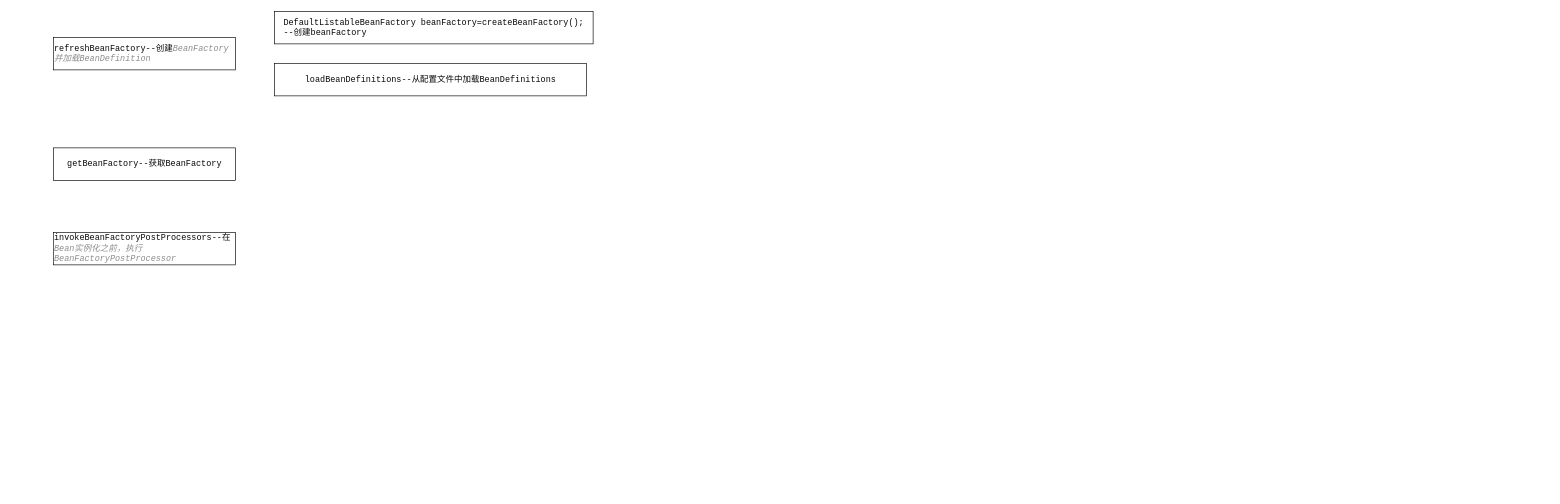
This is spring生命周期.drawio from chenxiaochuan72/draw, a draw.io file, before an edit. Source tidied: cells renumbered, new cells numbered last; positions are measured from the earlier drawing's top-left corner, leaving out a move shared by most shapes. Both pictures are drawn from the tidied source at 65%, with x=0, y=0 at pixel (53, 11).
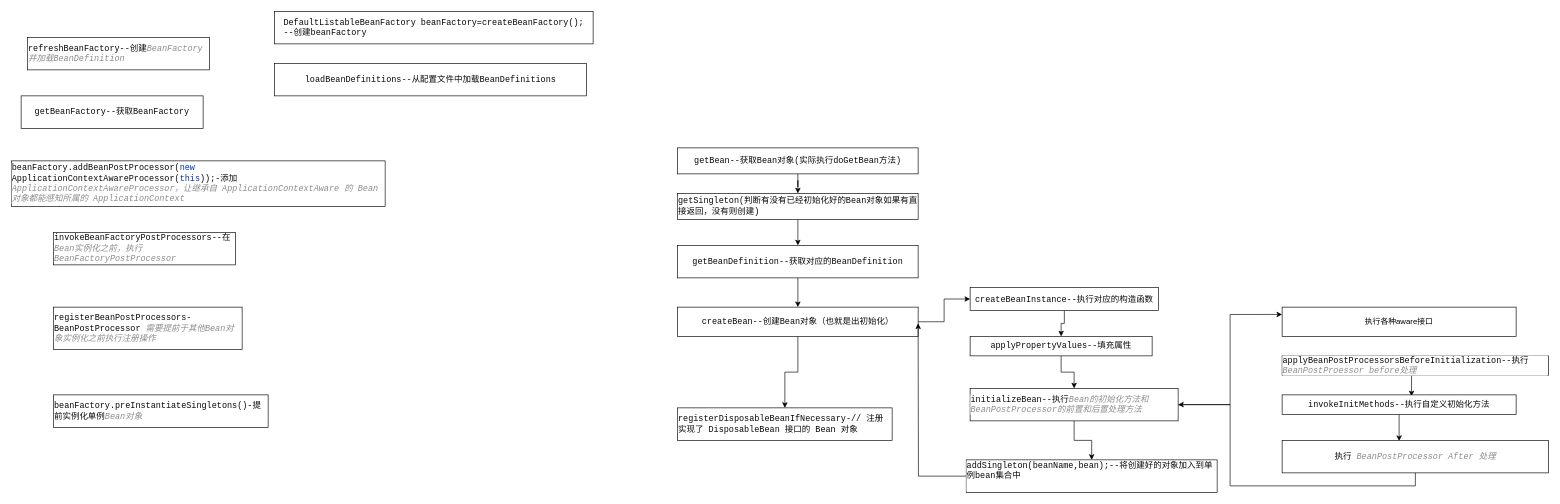
Above is the later version.

Commit message:
更新spring生命周期.drawio

Diff of the diagram source:
```diff
@@
     <mxCell id="2" value="&lt;div style=&quot;text-align: start; background-color: rgb(255, 255, 255); color: rgb(8, 8, 8); font-family: &amp;quot;JetBrains Mono&amp;quot;, monospace; font-size: 9.8pt;&quot;&gt;refreshBeanFactory--创建&lt;span style=&quot;font-size: 9.8pt; color: rgb(140, 140, 140); font-style: italic;&quot;&gt;BeanFactory &lt;/span&gt;&lt;span style=&quot;font-family: Menlo-Regular, monospace; font-size: 9.8pt; color: rgb(140, 140, 140); font-style: italic;&quot;&gt;并加载&lt;/span&gt;&lt;span style=&quot;font-size: 9.8pt; color: rgb(140, 140, 140); font-style: italic;&quot;&gt;BeanDefinition&lt;/span&gt;&lt;/div&gt;" style="rounded=0;whiteSpace=wrap;html=1;" parent="1" vertex="1">
-      <mxGeometry y="40" width="280" height="50" as="geometry" />
+      <mxGeometry x="-40" y="40" width="280" height="50" as="geometry" />
     </mxCell>
@@
     <mxCell id="5" value="&lt;div style=&quot;text-align: start; background-color: rgb(255, 255, 255); color: rgb(8, 8, 8); font-family: &amp;quot;JetBrains Mono&amp;quot;, monospace; font-size: 9.8pt;&quot;&gt;getBeanFactory--获取BeanFactory&lt;/div&gt;" style="rounded=0;whiteSpace=wrap;html=1;" parent="1" vertex="1">
-      <mxGeometry y="210" width="280" height="50" as="geometry" />
+      <mxGeometry x="-50" y="130" width="280" height="50" as="geometry" />
     </mxCell>
@@
+    <mxCell id="7" value="&lt;div style=&quot;text-align: start; background-color: rgb(255, 255, 255); color: rgb(8, 8, 8); font-family: &amp;quot;JetBrains Mono&amp;quot;, monospace; font-size: 9.8pt;&quot;&gt;registerBeanPostProcessors-BeanPostProcessor &lt;span style=&quot;font-size: 9.8pt; color: rgb(140, 140, 140); font-style: italic; font-family: Menlo-Regular, monospace;&quot;&gt;需要提前于其他&lt;/span&gt;&lt;span style=&quot;font-size: 9.8pt; color: rgb(140, 140, 140); font-style: italic;&quot;&gt;Bean&lt;/span&gt;&lt;span style=&quot;font-size: 9.8pt; color: rgb(140, 140, 140); font-style: italic; font-family: Menlo-Regular, monospace;&quot;&gt;对象实例化之前执行注册操作&lt;/span&gt;&lt;/div&gt;" style="rounded=0;whiteSpace=wrap;html=1;" parent="1" vertex="1">
+      <mxGeometry y="455" width="290" height="65" as="geometry" />
+    </mxCell>
+    <mxCell id="8" value="&lt;div style=&quot;text-align: start; background-color: rgb(255, 255, 255); color: rgb(8, 8, 8); font-family: &amp;quot;JetBrains Mono&amp;quot;, monospace; font-size: 9.8pt;&quot;&gt;beanFactory.preInstantiateSingletons()-提前实例化单例&lt;span style=&quot;font-size: 9.8pt; color: rgb(140, 140, 140); font-style: italic;&quot;&gt;Bean&lt;/span&gt;&lt;span style=&quot;font-family: Menlo-Regular, monospace; font-size: 9.8pt; color: rgb(140, 140, 140); font-style: italic;&quot;&gt;对象&lt;/span&gt;&lt;/div&gt;" style="rounded=0;whiteSpace=wrap;html=1;" parent="1" vertex="1">
+      <mxGeometry y="590" width="330" height="50" as="geometry" />
+    </mxCell>
+    <mxCell id="9" style="edgeStyle=orthogonalEdgeStyle;rounded=0;jettySize=auto;html=1;exitX=0.5;exitY=1;exitDx=0;exitDy=0;" parent="1" edge="1" source="10" target="12">
+      <mxGeometry relative="1" as="geometry" />
+    </mxCell>
+    <mxCell id="10" value="&lt;div style=&quot;text-align: start; background-color: rgb(255, 255, 255); color: rgb(8, 8, 8); font-family: &amp;quot;JetBrains Mono&amp;quot;, monospace; font-size: 9.8pt;&quot;&gt;getBean--获取Bean对象(实际执行doGetBean方法&lt;span style=&quot;font-size: 9.8pt;&quot;&gt;)&lt;/span&gt;&lt;/div&gt;" style="rounded=0;whiteSpace=wrap;html=1;" parent="1" vertex="1">
+      <mxGeometry x="960" y="210" width="370" height="40" as="geometry" />
+    </mxCell>
+    <mxCell id="11" style="edgeStyle=orthogonalEdgeStyle;rounded=0;jettySize=auto;html=1;exitX=0.5;exitY=1;exitDx=0;exitDy=0;" parent="1" edge="1" source="12" target="14">
+      <mxGeometry relative="1" as="geometry" />
+    </mxCell>
+    <mxCell id="12" value="&lt;div style=&quot;text-align: start; background-color: rgb(255, 255, 255); color: rgb(8, 8, 8); font-family: &amp;quot;JetBrains Mono&amp;quot;, monospace; font-size: 9.8pt;&quot;&gt;getSingleton(判断有没有已经初始化好的Bean对象如果有直接返回，没有则创建)&lt;/div&gt;" style="rounded=0;whiteSpace=wrap;html=1;" parent="1" vertex="1">
+      <mxGeometry x="960" y="280" width="370" height="40" as="geometry" />
+    </mxCell>
+    <mxCell id="13" style="edgeStyle=orthogonalEdgeStyle;rounded=0;jettySize=auto;html=1;exitX=0.5;exitY=1;exitDx=0;exitDy=0;entryX=0.5;entryY=0;entryDx=0;entryDy=0;" parent="1" edge="1" source="14" target="17">
+      <mxGeometry relative="1" as="geometry" />
+    </mxCell>
+    <mxCell id="14" value="&lt;div style=&quot;text-align: start; background-color: rgb(255, 255, 255); color: rgb(8, 8, 8); font-family: &amp;quot;JetBrains Mono&amp;quot;, monospace; font-size: 9.8pt;&quot;&gt;getBeanDefinition--获取对应的BeanDefinition&lt;/div&gt;" style="rounded=0;whiteSpace=wrap;html=1;" parent="1" vertex="1">
+      <mxGeometry x="960" y="360" width="370" height="50" as="geometry" />
+    </mxCell>
+    <mxCell id="15" style="edgeStyle=orthogonalEdgeStyle;rounded=0;jettySize=auto;html=1;exitX=0.5;exitY=1;exitDx=0;exitDy=0;" parent="1" edge="1" source="17" target="33">
+      <mxGeometry relative="1" as="geometry" />
+    </mxCell>
+    <mxCell id="16" style="edgeStyle=orthogonalEdgeStyle;rounded=0;jettySize=auto;html=1;exitX=1;exitY=0.5;exitDx=0;exitDy=0;entryX=0;entryY=0.5;entryDx=0;entryDy=0;" parent="1" edge="1" source="17" target="19">
+      <mxGeometry relative="1" as="geometry" />
+    </mxCell>
+    <mxCell id="17" value="&lt;div style=&quot;text-align: start; background-color: rgb(255, 255, 255); color: rgb(8, 8, 8); font-family: &amp;quot;JetBrains Mono&amp;quot;, monospace; font-size: 9.8pt;&quot;&gt;createBean--创建Bean对象（也就是出初始化）&lt;/div&gt;" style="rounded=0;whiteSpace=wrap;html=1;" parent="1" vertex="1">
+      <mxGeometry x="960" y="455" width="370" height="45" as="geometry" />
+    </mxCell>
+    <mxCell id="18" style="edgeStyle=orthogonalEdgeStyle;rounded=0;jettySize=auto;html=1;exitX=0.5;exitY=1;exitDx=0;exitDy=0;entryX=0.5;entryY=0;entryDx=0;entryDy=0;" parent="1" edge="1" source="19" target="21">
+      <mxGeometry relative="1" as="geometry" />
+    </mxCell>
+    <mxCell id="19" value="&lt;div style=&quot;text-align: start; background-color: rgb(255, 255, 255); color: rgb(8, 8, 8); font-family: &amp;quot;JetBrains Mono&amp;quot;, monospace; font-size: 9.8pt;&quot;&gt;createBeanInstance--执行对应的构造函数&lt;/div&gt;" style="rounded=0;whiteSpace=wrap;html=1;" parent="1" vertex="1">
+      <mxGeometry x="1410" y="425" width="290" height="35" as="geometry" />
+    </mxCell>
+    <mxCell id="20" style="edgeStyle=orthogonalEdgeStyle;rounded=0;jettySize=auto;html=1;exitX=0.5;exitY=1;exitDx=0;exitDy=0;" parent="1" edge="1" source="21" target="24">
+      <mxGeometry relative="1" as="geometry" />
+    </mxCell>
+    <mxCell id="21" value="&lt;div style=&quot;text-align: start; background-color: rgb(255, 255, 255); color: rgb(8, 8, 8); font-family: &amp;quot;JetBrains Mono&amp;quot;, monospace; font-size: 9.8pt;&quot;&gt;applyPropertyValues--填充属性&lt;/div&gt;" style="rounded=0;whiteSpace=wrap;html=1;" parent="1" vertex="1">
+      <mxGeometry x="1410" y="500" width="280" height="30" as="geometry" />
+    </mxCell>
+    <mxCell id="22" style="edgeStyle=orthogonalEdgeStyle;rounded=0;jettySize=auto;html=1;exitX=0.5;exitY=1;exitDx=0;exitDy=0;entryX=0.5;entryY=0;entryDx=0;entryDy=0;" parent="1" edge="1" source="24" target="32">
+      <mxGeometry relative="1" as="geometry" />
+    </mxCell>
+    <mxCell id="23" style="edgeStyle=orthogonalEdgeStyle;rounded=0;jettySize=auto;html=1;exitX=1;exitY=0.5;exitDx=0;exitDy=0;entryX=0;entryY=0.25;entryDx=0;entryDy=0;" parent="1" edge="1" source="24" target="34">
+      <mxGeometry relative="1" as="geometry" />
+    </mxCell>
+    <mxCell id="24" value="&lt;div style=&quot;text-align: start; background-color: rgb(255, 255, 255); color: rgb(8, 8, 8); font-family: Menlo-Regular, monospace; font-size: 9.8pt;&quot;&gt;initializeBean--执行&lt;span style=&quot;color: rgb(140, 140, 140); font-style: italic; font-family: &amp;quot;JetBrains Mono&amp;quot;, monospace;&quot;&gt;Bean&lt;/span&gt;&lt;span style=&quot;color: rgb(140, 140, 140); font-style: italic;&quot;&gt;的初始化方法和&lt;/span&gt;&lt;span style=&quot;color: rgb(140, 140, 140); font-style: italic; font-family: &amp;quot;JetBrains Mono&amp;quot;, monospace;&quot;&gt;BeanPostProcessor&lt;/span&gt;&lt;span style=&quot;color: rgb(140, 140, 140); font-style: italic;&quot;&gt;的前置和后置处理方法&lt;/span&gt;&lt;/div&gt;" style="rounded=0;whiteSpace=wrap;html=1;" parent="1" vertex="1">
+      <mxGeometry x="1410" y="580" width="320" height="50" as="geometry" />
+    </mxCell>
+    <mxCell id="25" style="edgeStyle=orthogonalEdgeStyle;rounded=0;jettySize=auto;html=1;exitX=0.5;exitY=1;exitDx=0;exitDy=0;entryX=0.553;entryY=0.075;entryDx=0;entryDy=0;entryPerimeter=0;" parent="1" edge="1" source="26" target="28">
+      <mxGeometry relative="1" as="geometry" />
+    </mxCell>
+    <mxCell id="26" value="&lt;div style=&quot;text-align: start; background-color: rgb(255, 255, 255); color: rgb(8, 8, 8); font-family: &amp;quot;JetBrains Mono&amp;quot;, monospace; font-size: 9.8pt;&quot;&gt;applyBeanPostProcessorsBeforeInitialization--执行&lt;span style=&quot;font-size: 9.8pt; color: rgb(140, 140, 140); font-style: italic;&quot;&gt;BeanPostProessor before&lt;/span&gt;&lt;span style=&quot;font-family: Menlo-Regular, monospace; font-size: 9.8pt; color: rgb(140, 140, 140); font-style: italic;&quot;&gt;处理&lt;/span&gt;&lt;/div&gt;" style="rounded=0;whiteSpace=wrap;html=1;" parent="1" vertex="1">
+      <mxGeometry x="1890" y="530" width="410" height="30" as="geometry" />
+    </mxCell>
+    <mxCell id="27" style="edgeStyle=orthogonalEdgeStyle;rounded=0;jettySize=auto;html=1;exitX=0.5;exitY=1;exitDx=0;exitDy=0;entryX=0.439;entryY=0.02;entryDx=0;entryDy=0;entryPerimeter=0;" parent="1" edge="1" source="28" target="30">
+      <mxGeometry relative="1" as="geometry" />
+    </mxCell>
+    <mxCell id="28" value="&lt;div style=&quot;text-align: start; background-color: rgb(255, 255, 255); color: rgb(8, 8, 8); font-family: &amp;quot;JetBrains Mono&amp;quot;, monospace; font-size: 9.8pt;&quot;&gt;invokeInitMethods--执行自定义初始化方法&lt;/div&gt;" style="rounded=0;whiteSpace=wrap;html=1;" parent="1" vertex="1">
+      <mxGeometry x="1890" y="590" width="360" height="30" as="geometry" />
+    </mxCell>
+    <mxCell id="29" style="edgeStyle=orthogonalEdgeStyle;rounded=0;jettySize=auto;html=1;exitX=0.5;exitY=1;exitDx=0;exitDy=0;entryX=1;entryY=0.5;entryDx=0;entryDy=0;" parent="1" edge="1" source="30" target="24">
+      <mxGeometry relative="1" as="geometry" />
+    </mxCell>
+    <mxCell id="30" value="&lt;div style=&quot;text-align: start; background-color: rgb(255, 255, 255); color: rgb(8, 8, 8); font-family: Menlo-Regular, monospace; font-size: 9.8pt;&quot;&gt;执行&lt;span style=&quot;color: rgb(140, 140, 140); font-style: italic; font-family: &amp;quot;JetBrains Mono&amp;quot;, monospace;&quot;&gt; BeanPostProcessor After &lt;/span&gt;&lt;span style=&quot;color: rgb(140, 140, 140); font-style: italic;&quot;&gt;处理&lt;/span&gt;&lt;/div&gt;" style="rounded=0;whiteSpace=wrap;html=1;" parent="1" vertex="1">
+      <mxGeometry x="1890" y="660" width="410" height="50" as="geometry" />
+    </mxCell>
+    <mxCell id="31" style="edgeStyle=orthogonalEdgeStyle;rounded=0;jettySize=auto;html=1;exitX=0;exitY=0.5;exitDx=0;exitDy=0;" parent="1" edge="1" source="32">
+      <mxGeometry relative="1" as="geometry">
+        <mxPoint x="1330" y="480" as="targetPoint" />
+      </mxGeometry>
+    </mxCell>
+    <mxCell id="32" value="&lt;div style=&quot;text-align: start; background-color: rgb(255, 255, 255); color: rgb(8, 8, 8); font-family: &amp;quot;JetBrains Mono&amp;quot;, monospace; font-size: 9.8pt;&quot;&gt;addSingleton(beanName,bean);--将创建好的对象加入到单例bean集合中&lt;/div&gt;&lt;div style=&quot;text-align: start; background-color: rgb(255, 255, 255); color: rgb(8, 8, 8); font-family: &amp;quot;JetBrains Mono&amp;quot;, monospace; font-size: 9.8pt;&quot;&gt;&lt;br&gt;&lt;/div&gt;" style="rounded=0;whiteSpace=wrap;html=1;" parent="1" vertex="1">
+      <mxGeometry x="1404" y="690" width="386" height="50" as="geometry" />
+    </mxCell>
+    <mxCell id="33" value="&lt;div style=&quot;text-align: start; background-color: rgb(255, 255, 255); color: rgb(8, 8, 8); font-family: &amp;quot;JetBrains Mono&amp;quot;, monospace; font-size: 9.8pt;&quot;&gt;registerDisposableBeanIfNecessary-// 注册实现了 DisposableBean 接口的 Bean 对象&lt;/div&gt;" style="rounded=0;whiteSpace=wrap;html=1;" parent="1" vertex="1">
+      <mxGeometry x="960" y="610" width="330" height="50" as="geometry" />
+    </mxCell>
+    <mxCell id="34" value="执行各种aware接口" style="rounded=0;whiteSpace=wrap;html=1;" parent="1" vertex="1">
+      <mxGeometry x="1890" y="455" width="360" height="45" as="geometry" />
+    </mxCell>
+    <mxCell id="35" value="&lt;div style=&quot;text-align: start; background-color: rgb(255, 255, 255); color: rgb(8, 8, 8); font-family: &amp;quot;JetBrains Mono&amp;quot;, monospace; font-size: 9.8pt;&quot;&gt;beanFactory.addBeanPostProcessor(&lt;span style=&quot;color: rgb(0, 51, 179);&quot;&gt;new &lt;/span&gt;ApplicationContextAwareProcessor(&lt;span style=&quot;color: rgb(0, 51, 179);&quot;&gt;this&lt;/span&gt;));-添加&lt;span style=&quot;font-size: 9.8pt; color: rgb(140, 140, 140); font-style: italic;&quot;&gt; ApplicationContextAwareProcessor&lt;/span&gt;&lt;span style=&quot;font-family: Menlo-Regular, monospace; font-size: 9.8pt; color: rgb(140, 140, 140); font-style: italic;&quot;&gt;，让继承自&lt;/span&gt;&lt;span style=&quot;font-size: 9.8pt; color: rgb(140, 140, 140); font-style: italic;&quot;&gt; ApplicationContextAware &lt;/span&gt;&lt;span style=&quot;font-family: Menlo-Regular, monospace; font-size: 9.8pt; color: rgb(140, 140, 140); font-style: italic;&quot;&gt;的&lt;/span&gt;&lt;span style=&quot;font-size: 9.8pt; color: rgb(140, 140, 140); font-style: italic;&quot;&gt; Bean &lt;/span&gt;&lt;span style=&quot;font-family: Menlo-Regular, monospace; font-size: 9.8pt; color: rgb(140, 140, 140); font-style: italic;&quot;&gt;对象都能感知所属的&lt;/span&gt;&lt;span style=&quot;font-size: 9.8pt; color: rgb(140, 140, 140); font-style: italic;&quot;&gt; ApplicationContext&lt;/span&gt;&lt;/div&gt;" style="rounded=0;whiteSpace=wrap;html=1;" parent="1" vertex="1">
+      <mxGeometry x="-65" y="230" width="575" height="70" as="geometry" />
+    </mxCell>
```
